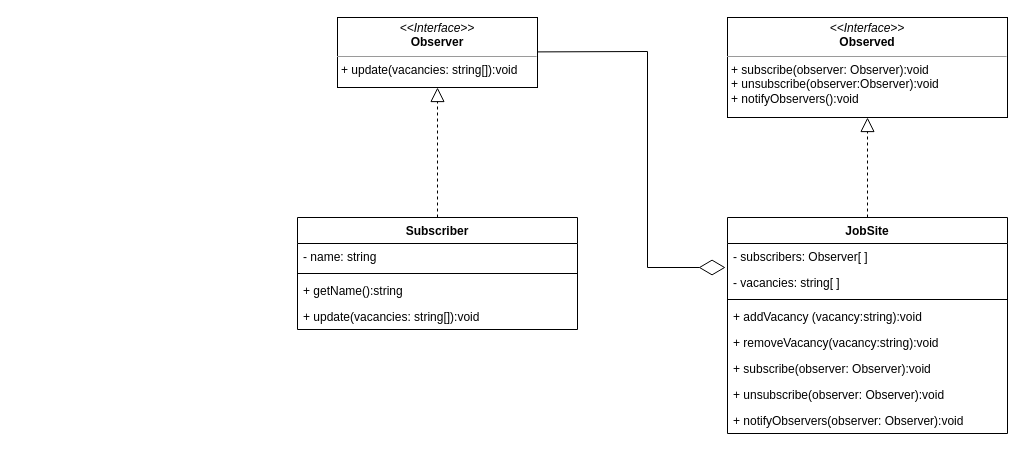
Before: PATTERNS/Behavioral/6-Observer/src/Observer.drawio in MTONSEG/ts-learn, a draw.io diagram. Source tidied: cells renumbered, new cells numbered last; positions are measured from the earlier drawing's top-left corner, leaving out a move shared by most shapes. Both pictures are drawn from the tidied source at 100%, with x=0, y=0 at pixel (297, 17).
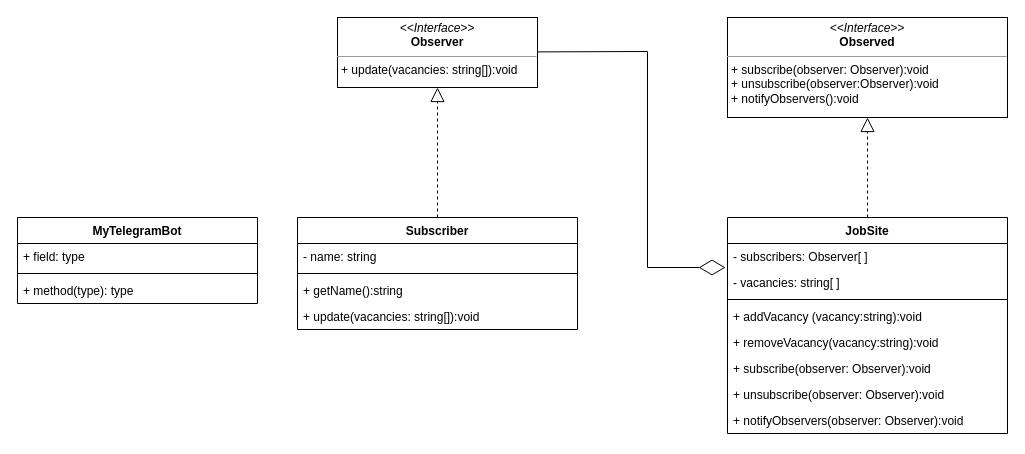
Above is the later version.

Change to the diagram source:
```diff
@@
+    <mxCell id="22" value="MyTelegramBot" style="swimlane;fontStyle=1;align=center;verticalAlign=top;horizontal=1;startSize=26;" parent="1" vertex="1">
+      <mxGeometry x="-280" y="200" width="240" height="86" as="geometry" />
+    </mxCell>
+    <mxCell id="23" value="+ field: type" style="text;strokeColor=none;fillColor=none;align=left;verticalAlign=top;spacingLeft=4;spacingRight=4;overflow=hidden;" parent="22" vertex="1">
+      <mxGeometry y="26" width="240" height="26" as="geometry" />
+    </mxCell>
+    <mxCell id="24" style="line;strokeWidth=1;fillColor=none;align=left;verticalAlign=middle;spacingTop=-1;spacingLeft=3;spacingRight=3;labelPosition=right;strokeColor=inherit;" parent="22" vertex="1">
+      <mxGeometry y="52" width="240" height="8" as="geometry" />
+    </mxCell>
+    <mxCell id="25" value="+ method(type): type" style="text;strokeColor=none;fillColor=none;align=left;verticalAlign=top;spacingLeft=4;spacingRight=4;overflow=hidden;" parent="22" vertex="1">
+      <mxGeometry y="60" width="240" height="26" as="geometry" />
+    </mxCell>
```
